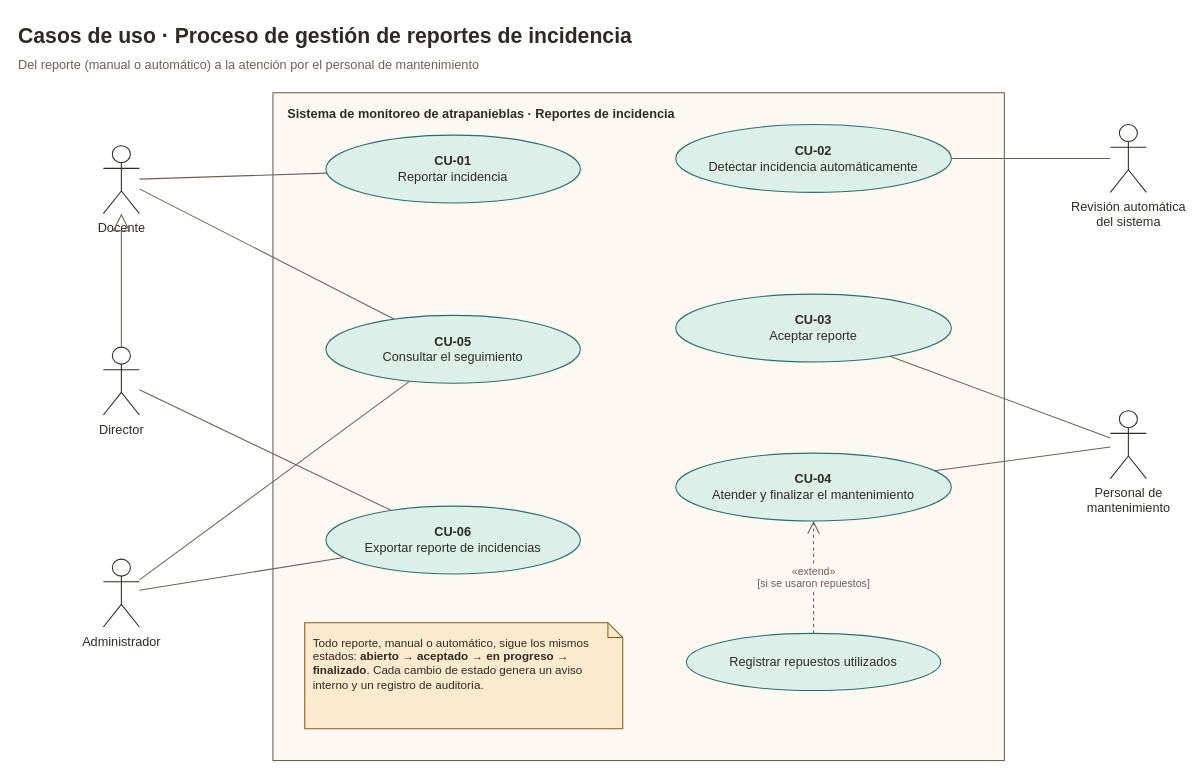
Before: page "Casos de uso · Incidencias" (1 of 2) of docs/diagramas/incidencias.drawio in ruper932/integrador, a draw.io diagram. Source tidied: cells renumbered, new cells numbered last; positions are measured from the earlier drawing's top-left corner, leaving out a move shared by most shapes. Both pictures are drawn from the tidied source at 106%, with x=0, y=0 at pixel (18, 18).
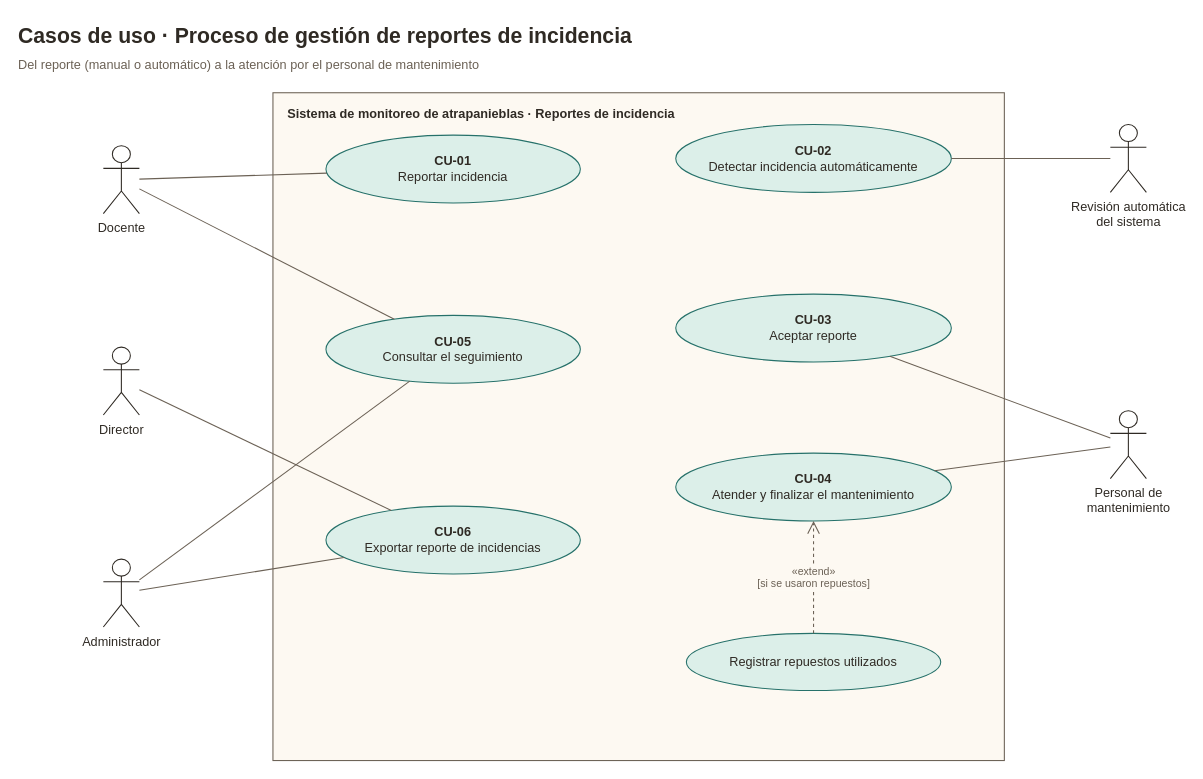
After the change.

The change refers to these unchanged cells:
```xml
<mxCell id="4" value="Docente" style="shape=umlActor;verticalLabelPosition=bottom;verticalAlign=top;html=1;outlineConnect=0;strokeColor=#2f2a24;fillColor=#ffffff;fontFamily=Helvetica;fontSize=12;fontColor=#2f2a24;" parent="1" vertex="1">
  <mxGeometry x="80" y="120" width="34" height="64" as="geometry" />
</mxCell>
<mxCell id="5" value="Director" style="shape=umlActor;verticalLabelPosition=bottom;verticalAlign=top;html=1;outlineConnect=0;strokeColor=#2f2a24;fillColor=#ffffff;fontFamily=Helvetica;fontSize=12;fontColor=#2f2a24;" parent="1" vertex="1">
  <mxGeometry x="80" y="310" width="34" height="64" as="geometry" />
</mxCell>
```

What changed in the source:
```diff
@@
-    <mxCell id="24" style="html=1;endArrow=block;endFill=0;endSize=14;strokeColor=#6b6155;exitX=0.5;exitY=0;entryX=0.5;entryY=1;" parent="1" edge="1" source="5" target="4">
-      <mxGeometry relative="1" as="geometry" />
-    </mxCell>
@@
-    <mxCell id="26" value="Todo reporte, manual o automático, sigue los mismos estados: &lt;b&gt;abierto → aceptado → en progreso → finalizado&lt;/b&gt;. Cada cambio de estado genera un aviso interno y un registro de auditoría." style="shape=note;whiteSpace=wrap;html=1;size=14;align=left;verticalAlign=top;spacing=8;fillColor=#fbeacd;strokeColor=#8f5b12;fontFamily=Helvetica;fontSize=12;fontColor=#2f2a24;fontSize=11;" parent="1" vertex="1">
-      <mxGeometry x="270" y="570" width="300" height="100" as="geometry" />
-    </mxCell>
```
